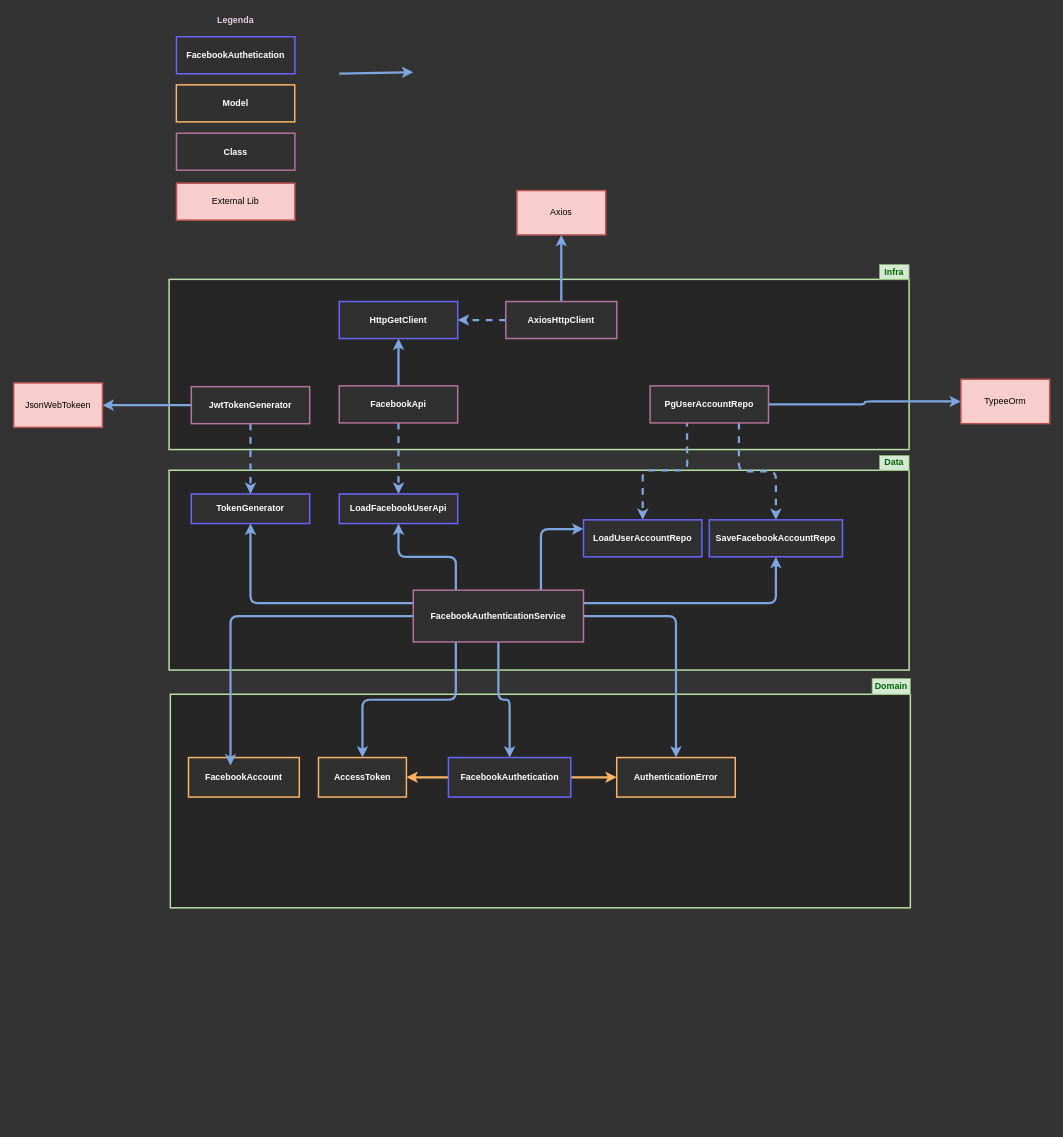
This is documentation/dependencies.drawio from marcosvto1/advanced-node-api, a draw.io file, before an edit. Source tidied: cells renumbered, new cells numbered last; positions are measured from the earlier drawing's top-left corner, leaving out a move shared by most shapes. Both pictures are drawn from the tidied source at 74%, with x=0, y=0 at pixel (13, 13).
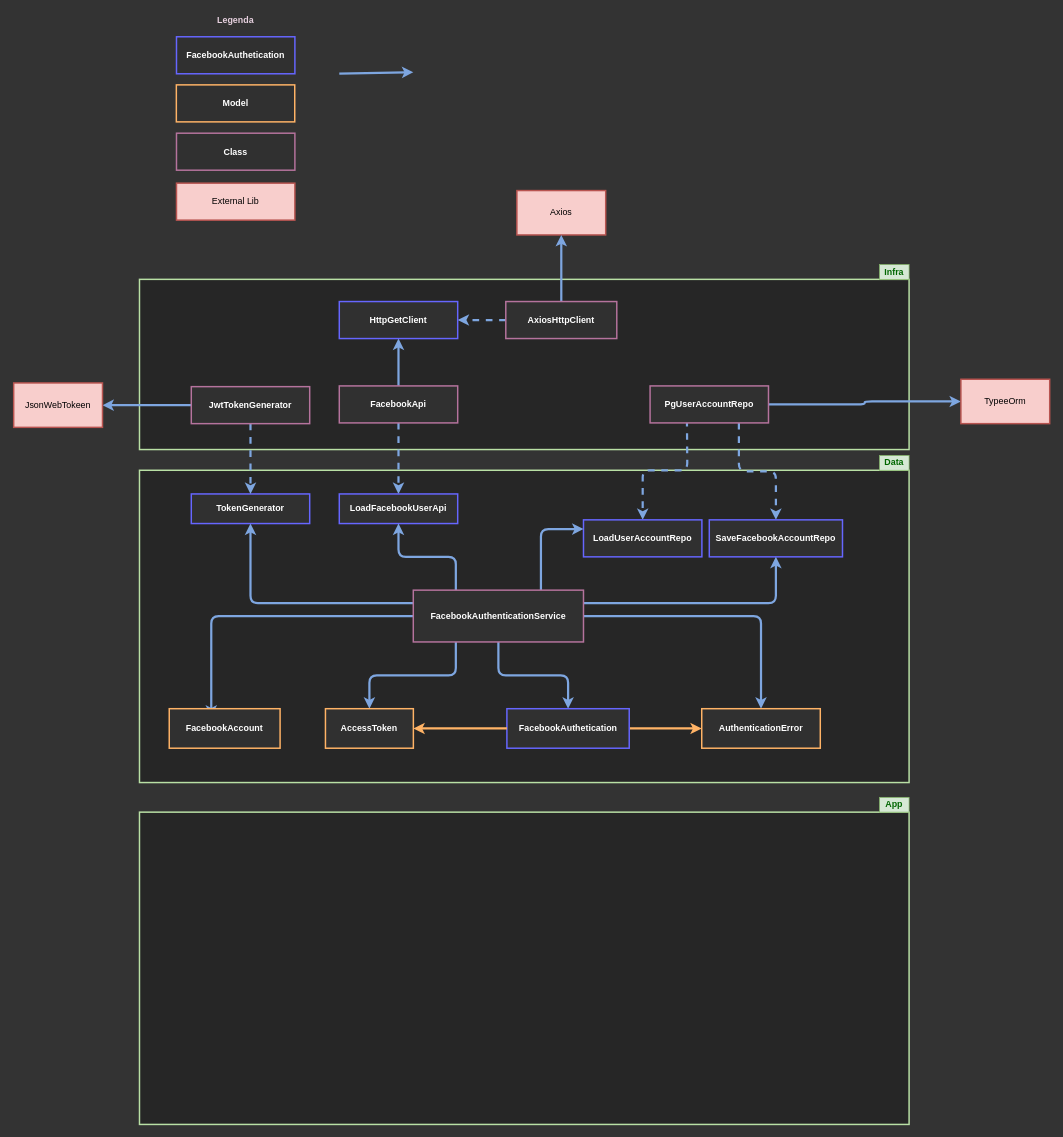
Above is the later version.

What changed in the source:
```diff
@@
     <mxCell id="2" style="rounded=0;whiteSpace=wrap;html=1;fillColor=#262626;strokeColor=#B9E0A5;strokeWidth=2;shadow=0;glass=0;comic=0;" parent="1" vertex="1">
-      <mxGeometry x="210" y="360" width="1000" height="230" as="geometry" />
+      <mxGeometry x="170" y="360" width="1040" height="230" as="geometry" />
     </mxCell>
@@
     <mxCell id="4" style="rounded=0;whiteSpace=wrap;html=1;shadow=0;glass=0;comic=0;strokeColor=#B9E0A5;strokeWidth=2;fillColor=#262626;" parent="1" vertex="1">
-      <mxGeometry x="210" y="618" width="1000" height="270" as="geometry" />
+      <mxGeometry x="170" y="618" width="1040" height="422" as="geometry" />
     </mxCell>
@@
-    <mxCell id="19" style="group;" parent="1" vertex="1">
-      <mxGeometry x="200" y="910" width="1000" height="310" as="geometry" />
-    </mxCell>
-    <mxCell id="20" style="group;" parent="19" vertex="1">
-      <mxGeometry x="5.2" y="-10.7" width="1000" height="310" as="geometry" />
-    </mxCell>
-    <mxCell id="21" style="rounded=0;whiteSpace=wrap;html=1;shadow=0;glass=0;comic=0;strokeColor=#B9E0A5;strokeWidth=2;fillColor=#262626;" parent="20" vertex="1">
-      <mxGeometry x="6.5" y="21.4" width="1000" height="288.6" as="geometry" />
-    </mxCell>
-    <mxCell id="22" value="&lt;font color=&quot;#006600&quot;&gt;&lt;b&gt;Domain&lt;/b&gt;&lt;/font&gt;" style="text;html=1;strokeColor=#82b366;fillColor=#d5e8d4;align=center;verticalAlign=middle;whiteSpace=wrap;rounded=0;" parent="20" vertex="1">
-      <mxGeometry x="954.8" width="51.7" height="21.4" as="geometry" />
-    </mxCell>
-    <mxCell id="23" value="&lt;b&gt;&lt;font color=&quot;#ffffff&quot;&gt;AuthenticationError&lt;/font&gt;&lt;/b&gt;" style="rounded=0;whiteSpace=wrap;html=1;shadow=0;glass=0;comic=0;strokeColor=#FFB366;strokeWidth=2;fillColor=#303030;" parent="20" vertex="1">
-      <mxGeometry x="609.7" y="106.9" width="160.2" height="53.4" as="geometry" />
-    </mxCell>
-    <mxCell id="24" style="edgeStyle=orthogonalEdgeStyle;rounded=0;jettySize=auto;html=1;exitX=1;exitY=0.5;exitDx=0;exitDy=0;entryX=0;entryY=0.5;entryDx=0;entryDy=0;strokeColor=#FFB366;strokeWidth=3;" parent="20" edge="1" source="26" target="23">
-      <mxGeometry relative="1" as="geometry" />
-    </mxCell>
-    <mxCell id="25" style="edgeStyle=orthogonalEdgeStyle;rounded=1;jettySize=auto;html=1;exitX=0;exitY=0.5;exitDx=0;exitDy=0;entryX=1;entryY=0.5;entryDx=0;entryDy=0;strokeColor=#FFB366;strokeWidth=3;" parent="20" edge="1" source="26" target="27">
-      <mxGeometry relative="1" as="geometry" />
-    </mxCell>
-    <mxCell id="26" value="&lt;font color=&quot;#ffffff&quot;&gt;&lt;b&gt;FacebookAuthetication&lt;/b&gt;&lt;/font&gt;" style="rounded=0;whiteSpace=wrap;html=1;shadow=0;glass=0;comic=0;strokeColor=#6666FF;strokeWidth=2;fillColor=#303030;" parent="20" vertex="1">
-      <mxGeometry x="382.3" y="106.9" width="165.3" height="53.4" as="geometry" />
-    </mxCell>
-    <mxCell id="27" value="&lt;font color=&quot;#ffffff&quot;&gt;&lt;b&gt;AccessToken&lt;/b&gt;&lt;/font&gt;&lt;font color=&quot;#ffffff&quot;&gt;&lt;b&gt;&lt;br&gt;&lt;/b&gt;&lt;/font&gt;" style="rounded=0;whiteSpace=wrap;html=1;shadow=0;glass=0;comic=0;strokeColor=#FFB366;strokeWidth=2;fillColor=#303030;" parent="20" vertex="1">
-      <mxGeometry x="206.7" y="106.9" width="118.8" height="53.4" as="geometry" />
-    </mxCell>
-    <mxCell id="28" value="&lt;font color=&quot;#ffffff&quot;&gt;&lt;b&gt;FacebookAccount&lt;br&gt;&lt;/b&gt;&lt;/font&gt;" style="rounded=0;whiteSpace=wrap;html=1;shadow=0;glass=0;comic=0;strokeColor=#FFB366;strokeWidth=2;fillColor=#303030;" parent="20" vertex="1">
-      <mxGeometry x="31" y="106.9" width="149.8" height="53.4" as="geometry" />
-    </mxCell>
@@
+    <mxCell id="23" value="&lt;b&gt;&lt;font color=&quot;#ffffff&quot;&gt;AuthenticationError&lt;/font&gt;&lt;/b&gt;" style="rounded=0;whiteSpace=wrap;html=1;shadow=0;glass=0;comic=0;strokeColor=#FFB366;strokeWidth=2;fillColor=#303030;" parent="1" vertex="1">
+      <mxGeometry x="929.8" y="940.2" width="160.2" height="53.4" as="geometry" />
+    </mxCell>
+    <mxCell id="24" style="edgeStyle=orthogonalEdgeStyle;rounded=0;jettySize=auto;html=1;exitX=1;exitY=0.5;exitDx=0;exitDy=0;entryX=0;entryY=0.5;entryDx=0;entryDy=0;strokeColor=#FFB366;strokeWidth=3;" parent="1" edge="1" source="26" target="23">
+      <mxGeometry relative="1" as="geometry" />
+    </mxCell>
+    <mxCell id="26" value="&lt;font color=&quot;#ffffff&quot;&gt;&lt;b&gt;FacebookAuthetication&lt;/b&gt;&lt;/font&gt;" style="rounded=0;whiteSpace=wrap;html=1;shadow=0;glass=0;comic=0;strokeColor=#6666FF;strokeWidth=2;fillColor=#303030;" parent="1" vertex="1">
+      <mxGeometry x="666.5" y="940.2" width="165.3" height="53.4" as="geometry" />
+    </mxCell>
+    <mxCell id="25" style="edgeStyle=orthogonalEdgeStyle;rounded=1;jettySize=auto;html=1;exitX=0;exitY=0.5;exitDx=0;exitDy=0;entryX=1;entryY=0.5;entryDx=0;entryDy=0;strokeColor=#FFB366;strokeWidth=3;" parent="1" edge="1" source="26" target="27">
+      <mxGeometry relative="1" as="geometry" />
+    </mxCell>
+    <mxCell id="27" value="&lt;font color=&quot;#ffffff&quot;&gt;&lt;b&gt;AccessToken&lt;/b&gt;&lt;/font&gt;&lt;font color=&quot;#ffffff&quot;&gt;&lt;b&gt;&lt;br&gt;&lt;/b&gt;&lt;/font&gt;" style="rounded=0;whiteSpace=wrap;html=1;shadow=0;glass=0;comic=0;strokeColor=#FFB366;strokeWidth=2;fillColor=#303030;" parent="1" vertex="1">
+      <mxGeometry x="421.3" y="940.2" width="118.8" height="53.4" as="geometry" />
+    </mxCell>
+    <mxCell id="28" value="&lt;font color=&quot;#ffffff&quot;&gt;&lt;b&gt;FacebookAccount&lt;br&gt;&lt;/b&gt;&lt;/font&gt;" style="rounded=0;whiteSpace=wrap;html=1;shadow=0;glass=0;comic=0;strokeColor=#FFB366;strokeWidth=2;fillColor=#303030;" parent="1" vertex="1">
+      <mxGeometry x="210.2" y="940.2" width="149.8" height="53.4" as="geometry" />
+    </mxCell>
+    <mxCell id="52" style="rounded=0;whiteSpace=wrap;html=1;shadow=0;glass=0;comic=0;strokeColor=#B9E0A5;strokeWidth=2;fillColor=#262626;" parent="1" vertex="1">
+      <mxGeometry x="170" y="1080" width="1040" height="422" as="geometry" />
+    </mxCell>
+    <mxCell id="53" value="&lt;font color=&quot;#006600&quot;&gt;&lt;b&gt;App&lt;/b&gt;&lt;/font&gt;" style="text;html=1;strokeColor=#82b366;fillColor=#d5e8d4;align=center;verticalAlign=middle;whiteSpace=wrap;rounded=0;" parent="1" vertex="1">
+      <mxGeometry x="1170" y="1060" width="40" height="20" as="geometry" />
+    </mxCell>
```
